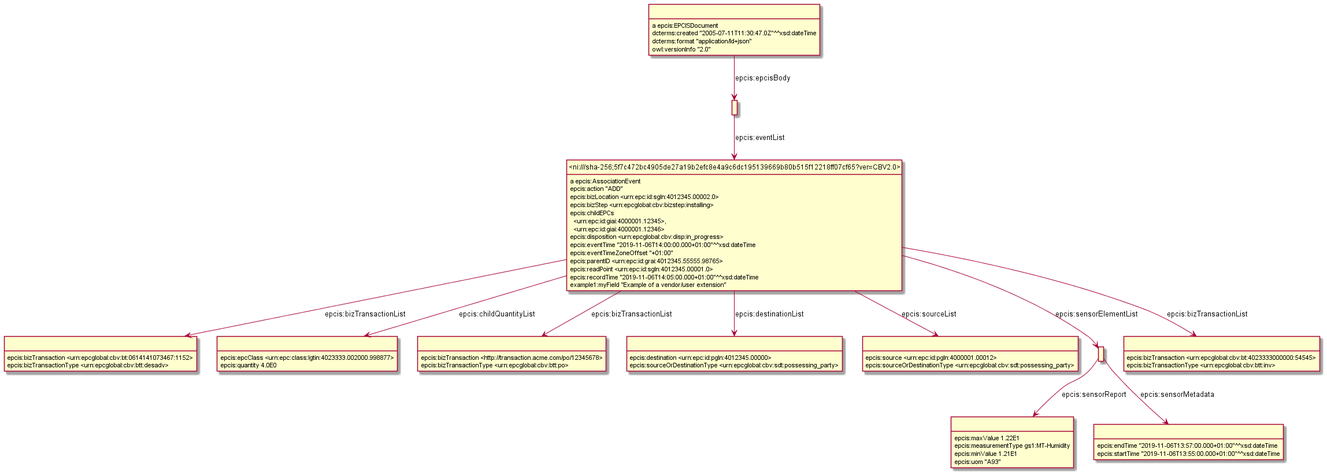
The PlantUML diagram Diagrams/Example-Type-sourceOrDestination,measurement,bizTransaction.png in gs1/EPCIS, before a commit.
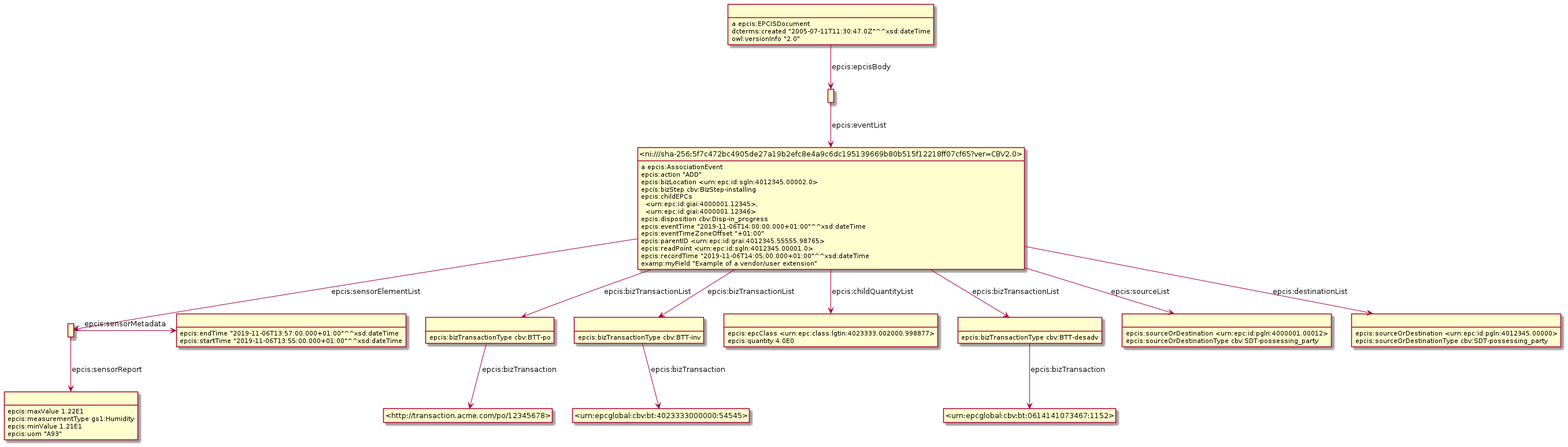
After the commit.

Change to the diagram source:
```diff
@@ -3,61 +3,63 @@
 hide empty attributes
 hide circle
 skinparam classAttributeIconSize 0
-class _r1619600812r3_ as " "
-_r1619600812r3_ : epcis:bizTransaction <urn:epcglobal:cbv:bt:0614141073467:1152>
-_r1619600812r3_ : epcis:bizTransactionType <urn:epcglobal:cbv:btt:desadv>
-class _r1619600812r5_ as " "
-_r1619600812r5_ : epcis:epcClass <urn:epc:class:lgtin:4023333.002000.998877>
-_r1619600812r5_ : epcis:quantity 4.0E0
-class _r1619600812r9_ as " "
-_r1619600812r9_ : epcis:maxValue 1.22E1
-_r1619600812r9_ : epcis:measurementType gs1:MT-Humidity
-_r1619600812r9_ : epcis:minValue 1.21E1
-_r1619600812r9_ : epcis:uom "A93"
-class _r1619600812r2_ as " "
-_r1619600812r2_ : epcis:bizTransaction <http://transaction.acme.com/po/12345678>
-_r1619600812r2_ : epcis:bizTransactionType <urn:epcglobal:cbv:btt:po>
-class _r1619600812r1_ as " "
+class _r1631887465r2_ as " "
+class _http_transaction_acme_com_po_12345678_ as "<http://transaction.acme.com/po/12345678>"
+_r1631887465r2_ -down-> _http_transaction_acme_com_po_12345678_ : epcis:bizTransaction
+_r1631887465r2_ : epcis:bizTransactionType cbv:BTT-po
+class _r1631887465r0_ as " "
+class _urn_epcglobal_cbv_bt_4023333000000_54545_ as "<urn:epcglobal:cbv:bt:4023333000000:54545>"
+_r1631887465r0_ -down-> _urn_epcglobal_cbv_bt_4023333000000_54545_ : epcis:bizTransaction
+_r1631887465r0_ : epcis:bizTransactionType cbv:BTT-inv
+class _r1631887465r3_ as " "
+_r1631887465r3_ : epcis:epcClass <urn:epc:class:lgtin:4023333.002000.998877>
+_r1631887465r3_ : epcis:quantity 4.0E0
+class _r1631887465r1_ as " "
+class _urn_epcglobal_cbv_bt_0614141073467_1152_ as "<urn:epcglobal:cbv:bt:0614141073467:1152>"
+_r1631887465r1_ -down-> _urn_epcglobal_cbv_bt_0614141073467_1152_ : epcis:bizTransaction
+_r1631887465r1_ : epcis:bizTransactionType cbv:BTT-desadv
+class _r1631887465r10_ as " "
 class _ni_sha_256_5f7c472bc4905de27a19b2efc8e4a9c6dc195139669b80b515f12218ff07cf65_ver_CBV2_0_ as "<ni:///sha-256;5f7c472bc4905de27a19b2efc8e4a9c6dc195139669b80b515f12218ff07cf65?ver=CBV2.0>"
-_r1619600812r1_ -down-> _ni_sha_256_5f7c472bc4905de27a19b2efc8e4a9c6dc195139669b80b515f12218ff07cf65_ver_CBV2_0_ : epcis:eventList
-class _r1619600812r6_ as " "
-_r1619600812r6_ : epcis:destination <urn:epc:id:pgln:4012345.00000>
-_r1619600812r6_ : epcis:sourceOrDestinationType <urn:epcglobal:cbv:sdt:possessing_party>
-class _r1619600812r0_ as " "
-_r1619600812r0_ : a epcis:EPCISDocument
-_r1619600812r0_ -down-> _r1619600812r1_ : epcis:epcisBody
-_r1619600812r0_ : dcterms:created "2005-07-11T11:30:47.0Z"^^xsd:dateTime
-_r1619600812r0_ : dcterms:format "application/ld+json"
-_r1619600812r0_ : owl:versionInfo "2.0"
+_r1631887465r10_ -down-> _ni_sha_256_5f7c472bc4905de27a19b2efc8e4a9c6dc195139669b80b515f12218ff07cf65_ver_CBV2_0_ : epcis:eventList
+class _r1631887465r8_ as " "
+_r1631887465r8_ : epcis:sourceOrDestination <urn:epc:id:pgln:4000001.00012>
+_r1631887465r8_ : epcis:sourceOrDestinationType cbv:SDT-possessing_party
+class _r1631887465r7_ as " "
+_r1631887465r7_ : epcis:maxValue 1.22E1
+_r1631887465r7_ : epcis:measurementType gs1:Humidity
+_r1631887465r7_ : epcis:minValue 1.21E1
+_r1631887465r7_ : epcis:uom "A93"
+class _r1631887465r9_ as " "
+_r1631887465r9_ : a epcis:EPCISDocument
+_r1631887465r9_ -down-> _r1631887465r10_ : epcis:epcisBody
+_r1631887465r9_ : dcterms:created "2005-07-11T11:30:47.0Z"^^xsd:dateTime
+_r1631887465r9_ : owl:versionInfo "2.0"
 _ni_sha_256_5f7c472bc4905de27a19b2efc8e4a9c6dc195139669b80b515f12218ff07cf65_ver_CBV2_0_ : a epcis:AssociationEvent
-_ni_sha_256_5f7c472bc4905de27a19b2efc8e4a9c6dc195139669b80b515f12218ff07cf65_ver_CBV2_0_ -down-> _r1619600812r5_ : epcis:childQuantityList
-class _r1619600812r10_ as " "
-_ni_sha_256_5f7c472bc4905de27a19b2efc8e4a9c6dc195139669b80b515f12218ff07cf65_ver_CBV2_0_ -down-> _r1619600812r10_ : epcis:sourceList
-_ni_sha_256_5f7c472bc4905de27a19b2efc8e4a9c6dc195139669b80b515f12218ff07cf65_ver_CBV2_0_ -down-> _r1619600812r6_ : epcis:destinationList
-_ni_sha_256_5f7c472bc4905de27a19b2efc8e4a9c6dc195139669b80b515f12218ff07cf65_ver_CBV2_0_ -down-> _r1619600812r3_ : epcis:bizTransactionList
-_ni_sha_256_5f7c472bc4905de27a19b2efc8e4a9c6dc195139669b80b515f12218ff07cf65_ver_CBV2_0_ -down-> _r1619600812r2_ : epcis:bizTransactionList
-class _r1619600812r7_ as " "
-_ni_sha_256_5f7c472bc4905de27a19b2efc8e4a9c6dc195139669b80b515f12218ff07cf65_ver_CBV2_0_ -down-> _r1619600812r7_ : epcis:sensorElementList
-class _r1619600812r4_ as " "
-_ni_sha_256_5f7c472bc4905de27a19b2efc8e4a9c6dc195139669b80b515f12218ff07cf65_ver_CBV2_0_ -down-> _r1619600812r4_ : epcis:bizTransactionList
+class _r1631887465r4_ as " "
+_ni_sha_256_5f7c472bc4905de27a19b2efc8e4a9c6dc195139669b80b515f12218ff07cf65_ver_CBV2_0_ -down-> _r1631887465r4_ : epcis:destinationList
+class _r1631887465r5_ as " "
+_ni_sha_256_5f7c472bc4905de27a19b2efc8e4a9c6dc195139669b80b515f12218ff07cf65_ver_CBV2_0_ -down-> _r1631887465r5_ : epcis:sensorElementList
+_ni_sha_256_5f7c472bc4905de27a19b2efc8e4a9c6dc195139669b80b515f12218ff07cf65_ver_CBV2_0_ -down-> _r1631887465r2_ : epcis:bizTransactionList
+_ni_sha_256_5f7c472bc4905de27a19b2efc8e4a9c6dc195139669b80b515f12218ff07cf65_ver_CBV2_0_ -down-> _r1631887465r0_ : epcis:bizTransactionList
+_ni_sha_256_5f7c472bc4905de27a19b2efc8e4a9c6dc195139669b80b515f12218ff07cf65_ver_CBV2_0_ -down-> _r1631887465r8_ : epcis:sourceList
+_ni_sha_256_5f7c472bc4905de27a19b2efc8e4a9c6dc195139669b80b515f12218ff07cf65_ver_CBV2_0_ -down-> _r1631887465r3_ : epcis:childQuantityList
+_ni_sha_256_5f7c472bc4905de27a19b2efc8e4a9c6dc195139669b80b515f12218ff07cf65_ver_CBV2_0_ -down-> _r1631887465r1_ : epcis:bizTransactionList
 _ni_sha_256_5f7c472bc4905de27a19b2efc8e4a9c6dc195139669b80b515f12218ff07cf65_ver_CBV2_0_ : epcis:action "ADD"
 _ni_sha_256_5f7c472bc4905de27a19b2efc8e4a9c6dc195139669b80b515f12218ff07cf65_ver_CBV2_0_ : epcis:bizLocation <urn:epc:id:sgln:4012345.00002.0>
-_ni_sha_256_5f7c472bc4905de27a19b2efc8e4a9c6dc195139669b80b515f12218ff07cf65_ver_CBV2_0_ : epcis:bizStep <urn:epcglobal:cbv:bizstep:installing>
+_ni_sha_256_5f7c472bc4905de27a19b2efc8e4a9c6dc195139669b80b515f12218ff07cf65_ver_CBV2_0_ : epcis:bizStep cbv:BizStep-installing
 _ni_sha_256_5f7c472bc4905de27a19b2efc8e4a9c6dc195139669b80b515f12218ff07cf65_ver_CBV2_0_ : epcis:childEPCs\n  <urn:epc:id:giai:4000001.12345>,\n  <urn:epc:id:giai:4000001.12346>
-_ni_sha_256_5f7c472bc4905de27a19b2efc8e4a9c6dc195139669b80b515f12218ff07cf65_ver_CBV2_0_ : epcis:disposition <urn:epcglobal:cbv:disp:in_progress>
+_ni_sha_256_5f7c472bc4905de27a19b2efc8e4a9c6dc195139669b80b515f12218ff07cf65_ver_CBV2_0_ : epcis:disposition cbv:Disp-in_progress
 _ni_sha_256_5f7c472bc4905de27a19b2efc8e4a9c6dc195139669b80b515f12218ff07cf65_ver_CBV2_0_ : epcis:eventTime "2019-11-06T14:00:00.000+01:00"^^xsd:dateTime
 _ni_sha_256_5f7c472bc4905de27a19b2efc8e4a9c6dc195139669b80b515f12218ff07cf65_ver_CBV2_0_ : epcis:eventTimeZoneOffset "+01:00"
 _ni_sha_256_5f7c472bc4905de27a19b2efc8e4a9c6dc195139669b80b515f12218ff07cf65_ver_CBV2_0_ : epcis:parentID <urn:epc:id:grai:4012345.55555.98765>
 _ni_sha_256_5f7c472bc4905de27a19b2efc8e4a9c6dc195139669b80b515f12218ff07cf65_ver_CBV2_0_ : epcis:readPoint <urn:epc:id:sgln:4012345.00001.0>
 _ni_sha_256_5f7c472bc4905de27a19b2efc8e4a9c6dc195139669b80b515f12218ff07cf65_ver_CBV2_0_ : epcis:recordTime "2019-11-06T14:05:00.000+01:00"^^xsd:dateTime
-_ni_sha_256_5f7c472bc4905de27a19b2efc8e4a9c6dc195139669b80b515f12218ff07cf65_ver_CBV2_0_ : example1:myField "Example of a vendor/user extension"
-class _r1619600812r8_ as " "
-_r1619600812r8_ : epcis:endTime "2019-11-06T13:57:00.000+01:00"^^xsd:dateTime
-_r1619600812r8_ : epcis:startTime "2019-11-06T13:55:00.000+01:00"^^xsd:dateTime
-_r1619600812r7_ -down-> _r1619600812r8_ : epcis:sensorMetadata
-_r1619600812r7_ -down-> _r1619600812r9_ : epcis:sensorReport
-_r1619600812r10_ : epcis:source <urn:epc:id:pgln:4000001.00012>
-_r1619600812r10_ : epcis:sourceOrDestinationType <urn:epcglobal:cbv:sdt:possessing_party>
-_r1619600812r4_ : epcis:bizTransaction <urn:epcglobal:cbv:bt:4023333000000:54545>
-_r1619600812r4_ : epcis:bizTransactionType <urn:epcglobal:cbv:btt:inv>
+_ni_sha_256_5f7c472bc4905de27a19b2efc8e4a9c6dc195139669b80b515f12218ff07cf65_ver_CBV2_0_ : examp:myField "Example of a vendor/user extension"
+_r1631887465r4_ : epcis:sourceOrDestination <urn:epc:id:pgln:4012345.00000>
+_r1631887465r4_ : epcis:sourceOrDestinationType cbv:SDT-possessing_party
+class _r1631887465r6_ as " "
+_r1631887465r6_ : epcis:endTime "2019-11-06T13:57:00.000+01:00"^^xsd:dateTime
+_r1631887465r6_ : epcis:startTime "2019-11-06T13:55:00.000+01:00"^^xsd:dateTime
+_r1631887465r5_ -right-> _r1631887465r6_ : epcis:sensorMetadata
+_r1631887465r5_ -down-> _r1631887465r7_ : epcis:sensorReport
 @enduml
```
